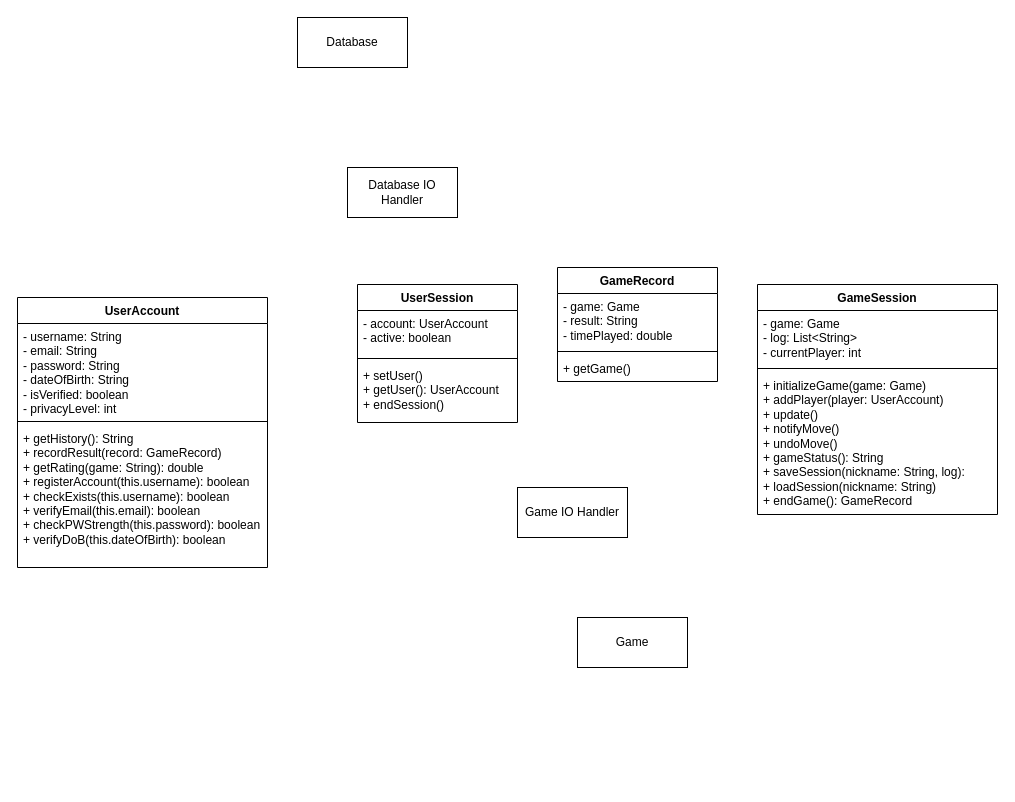
ankondeadlarx/gitlab keeps this draw.io diagram as design/networking.drawio. Above is the earlier version. Source tidied: cells renumbered, new cells numbered last; positions are measured from the earlier drawing's top-left corner, leaving out a move shared by most shapes. Both pictures are drawn from the tidied source at 100%, with x=0, y=0 at pixel (17, 17).
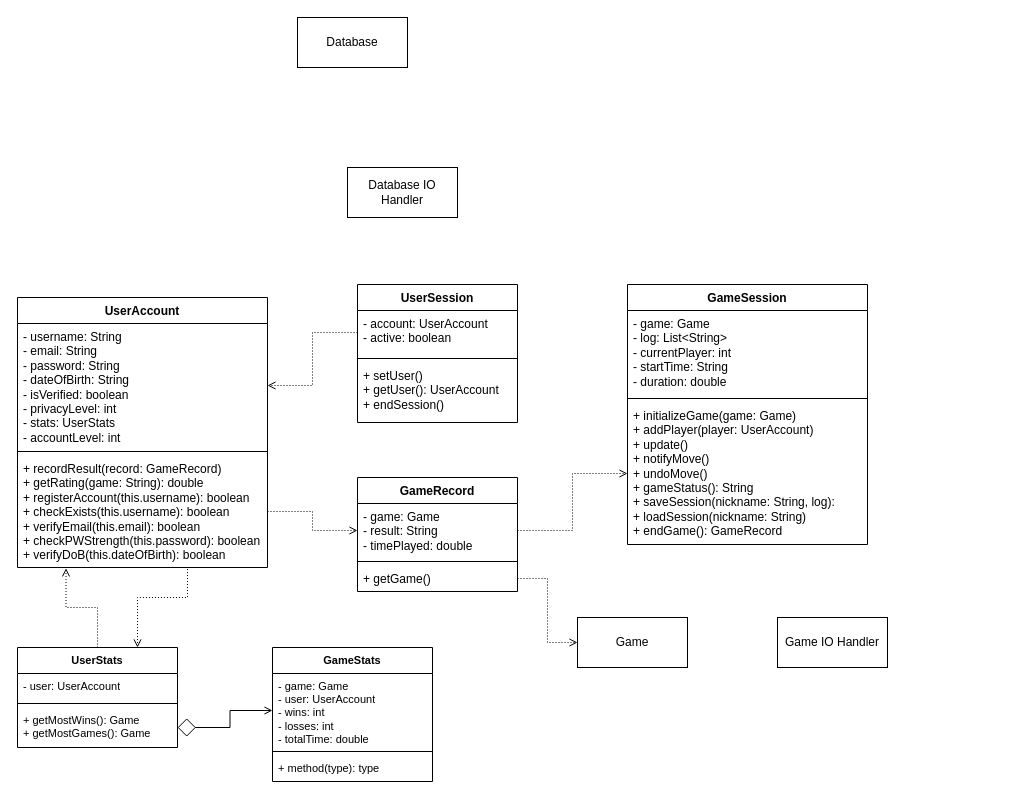
The same diagram, later.

Commit message:
New classes linking user accounts to game stats in networking.drawio

Unchanged cells that the change refers to:
```xml
<mxCell id="2" value="UserAccount" style="swimlane;fontStyle=1;align=center;verticalAlign=top;horizontal=1;startSize=26;whiteSpace=wrap;html=1;" parent="1" vertex="1">
  <mxGeometry y="280" width="250" height="270" as="geometry" />
</mxCell>
<mxCell id="7" value="Game" style="html=1;whiteSpace=wrap;" parent="1" vertex="1">
  <mxGeometry x="560" y="600" width="110" height="50" as="geometry" />
</mxCell>
<mxCell id="9" value="- account: UserAccount&lt;div&gt;&lt;div&gt;- active: boolean&lt;/div&gt;&lt;/div&gt;" style="text;strokeColor=none;fillColor=none;align=left;verticalAlign=top;spacingLeft=4;spacingRight=4;overflow=hidden;points=[[0,0.5],[1,0.5]];portConstraint=eastwest;whiteSpace=wrap;html=1;" parent="8" vertex="1">
  <mxGeometry y="26" width="160" height="44" as="geometry" />
</mxCell>
<mxCell id="13" value="- game: Game&lt;div&gt;- result: String&lt;/div&gt;&lt;div&gt;- timePlayed: double&lt;/div&gt;" style="text;strokeColor=none;fillColor=none;align=left;verticalAlign=top;spacingLeft=4;spacingRight=4;overflow=hidden;points=[[0,0.5],[1,0.5]];portConstraint=eastwest;whiteSpace=wrap;html=1;" parent="12" vertex="1">
  <mxGeometry y="26" width="160" height="54" as="geometry" />
</mxCell>
<mxCell id="15" value="+ getGame()" style="text;strokeColor=none;fillColor=none;align=left;verticalAlign=top;spacingLeft=4;spacingRight=4;overflow=hidden;points=[[0,0.5],[1,0.5]];portConstraint=eastwest;whiteSpace=wrap;html=1;" parent="12" vertex="1">
  <mxGeometry y="88" width="160" height="26" as="geometry" />
</mxCell>
```

Diff of the diagram source:
```diff
@@
-    <mxCell id="3" value="- username: String&lt;div&gt;- email: String&lt;br&gt;&lt;div&gt;- password: String&lt;/div&gt;&lt;div&gt;- dateOfBirth: String&lt;/div&gt;&lt;/div&gt;&lt;div&gt;- isVerified: boolean&lt;/div&gt;&lt;div&gt;- privacyLevel: int&lt;/div&gt;" style="text;strokeColor=none;fillColor=none;align=left;verticalAlign=top;spacingLeft=4;spacingRight=4;overflow=hidden;points=[[0,0.5],[1,0.5]];portConstraint=eastwest;whiteSpace=wrap;html=1;" parent="2" vertex="1">
-      <mxGeometry y="26" width="250" height="94" as="geometry" />
+    <mxCell id="3" value="- username: String&lt;div&gt;- email: String&lt;br&gt;&lt;div&gt;- password: String&lt;/div&gt;&lt;div&gt;- dateOfBirth: String&lt;/div&gt;&lt;/div&gt;&lt;div&gt;- isVerified: boolean&lt;/div&gt;&lt;div&gt;- privacyLevel: int&lt;/div&gt;&lt;div&gt;- stats: UserStats&lt;/div&gt;&lt;div&gt;- accountLevel: int&lt;/div&gt;" style="text;strokeColor=none;fillColor=none;align=left;verticalAlign=top;spacingLeft=4;spacingRight=4;overflow=hidden;points=[[0,0.5],[1,0.5]];portConstraint=eastwest;whiteSpace=wrap;html=1;" parent="2" vertex="1">
+      <mxGeometry y="26" width="250" height="124" as="geometry" />
     </mxCell>
     <mxCell id="4" style="line;strokeWidth=1;fillColor=none;align=left;verticalAlign=middle;spacingTop=-1;spacingLeft=3;spacingRight=3;labelPosition=right;strokeColor=inherit;" parent="2" vertex="1">
-      <mxGeometry y="120" width="250" height="8" as="geometry" />
+      <mxGeometry y="150" width="250" height="8" as="geometry" />
     </mxCell>
-    <mxCell id="5" value="+ getHistory(): String&lt;div&gt;+ recordResult(record: GameRecord)&lt;/div&gt;&lt;div&gt;+ getRating(game: String): double&lt;/div&gt;&lt;div&gt;+ registerAccount(this.username): boolean&lt;/div&gt;&lt;div&gt;+ checkExists(this.username): boolean&lt;/div&gt;&lt;div&gt;+ verifyEmail(this.email): boolean&lt;/div&gt;&lt;div&gt;+ checkPWStrength(this.password): boolean&lt;/div&gt;&lt;div&gt;+ verifyDoB(this.dateOfBirth): boolean&lt;/div&gt;" style="text;strokeColor=none;fillColor=none;align=left;verticalAlign=top;spacingLeft=4;spacingRight=4;overflow=hidden;points=[[0,0.5],[1,0.5]];portConstraint=eastwest;whiteSpace=wrap;html=1;" parent="2" vertex="1">
-      <mxGeometry y="128" width="250" height="142" as="geometry" />
+    <mxCell id="5" value="&lt;div&gt;+ recordResult(record: GameRecord)&lt;/div&gt;&lt;div&gt;+ getRating(game: String): double&lt;/div&gt;&lt;div&gt;+ registerAccount(this.username): boolean&lt;/div&gt;&lt;div&gt;+ checkExists(this.username): boolean&lt;/div&gt;&lt;div&gt;+ verifyEmail(this.email): boolean&lt;/div&gt;&lt;div&gt;+ checkPWStrength(this.password): boolean&lt;/div&gt;&lt;div&gt;+ verifyDoB(this.dateOfBirth): boolean&lt;/div&gt;" style="text;strokeColor=none;fillColor=none;align=left;verticalAlign=top;spacingLeft=4;spacingRight=4;overflow=hidden;points=[[0,0.5],[1,0.5]];portConstraint=eastwest;whiteSpace=wrap;html=1;" parent="2" vertex="1">
+      <mxGeometry y="158" width="250" height="112" as="geometry" />
     </mxCell>
@@
     <mxCell id="12" value="GameRecord" style="swimlane;fontStyle=1;align=center;verticalAlign=top;horizontal=1;startSize=26;whiteSpace=wrap;html=1;" parent="1" vertex="1">
-      <mxGeometry x="540" y="250" width="160" height="114" as="geometry" />
+      <mxGeometry x="340" y="460" width="160" height="114" as="geometry" />
     </mxCell>
@@
     <mxCell id="17" value="Game IO Handler" style="html=1;whiteSpace=wrap;" parent="1" vertex="1">
-      <mxGeometry x="500" y="470" width="110" height="50" as="geometry" />
+      <mxGeometry x="760" y="600" width="110" height="50" as="geometry" />
     </mxCell>
     <mxCell id="18" value="GameSession" style="swimlane;fontStyle=1;align=center;verticalAlign=top;horizontal=1;startSize=26;whiteSpace=wrap;html=1;" parent="1" vertex="1">
-      <mxGeometry x="740" y="267" width="240" height="230" as="geometry" />
+      <mxGeometry x="610" y="267" width="240" height="260" as="geometry" />
     </mxCell>
-    <mxCell id="19" value="- game: Game&lt;div&gt;- log: List&amp;lt;String&amp;gt;&lt;/div&gt;&lt;div&gt;- currentPlayer: int&lt;/div&gt;" style="text;strokeColor=none;fillColor=none;align=left;verticalAlign=top;spacingLeft=4;spacingRight=4;overflow=hidden;whiteSpace=wrap;html=1;" parent="18" vertex="1">
-      <mxGeometry y="26" width="240" height="54" as="geometry" />
+    <mxCell id="19" value="- game: Game&lt;div&gt;- log: List&amp;lt;String&amp;gt;&lt;/div&gt;&lt;div&gt;- currentPlayer: int&lt;/div&gt;&lt;div&gt;- startTime: String&lt;/div&gt;&lt;div&gt;- duration: double&lt;/div&gt;" style="text;strokeColor=none;fillColor=none;align=left;verticalAlign=top;spacingLeft=4;spacingRight=4;overflow=hidden;whiteSpace=wrap;html=1;" parent="18" vertex="1">
+      <mxGeometry y="26" width="240" height="84" as="geometry" />
     </mxCell>
     <mxCell id="20" style="line;strokeWidth=1;fillColor=none;align=left;verticalAlign=middle;spacingTop=-1;spacingLeft=3;spacingRight=3;labelPosition=right;strokeColor=inherit;" parent="18" vertex="1">
-      <mxGeometry y="80" width="240" height="8" as="geometry" />
+      <mxGeometry y="110" width="240" height="8" as="geometry" />
     </mxCell>
     <mxCell id="21" value="&lt;div&gt;+ initializeGame(game: Game)&lt;/div&gt;&lt;div&gt;+ addPlayer(player: UserAccount)&lt;/div&gt;+ update()&lt;div&gt;+ notifyMove()&lt;/div&gt;&lt;div&gt;+ undoMove()&lt;/div&gt;&lt;div&gt;+ gameStatus(): String&lt;/div&gt;&lt;div&gt;+ saveSession(nickname: String, log):&amp;nbsp;&lt;/div&gt;&lt;div&gt;+ loadSession(nickname: String)&lt;/div&gt;&lt;div&gt;+ endGame(): GameRecord&lt;/div&gt;" style="text;strokeColor=none;fillColor=none;align=left;verticalAlign=top;spacingLeft=4;spacingRight=4;overflow=hidden;points=[[0,0.5],[1,0.5]];portConstraint=eastwest;whiteSpace=wrap;html=1;" parent="18" vertex="1">
-      <mxGeometry y="88" width="240" height="142" as="geometry" />
+      <mxGeometry y="118" width="240" height="142" as="geometry" />
     </mxCell>
+    <mxCell id="22" style="edgeStyle=orthogonalEdgeStyle;rounded=0;jettySize=auto;html=1;entryX=1;entryY=0.5;entryDx=0;entryDy=0;dashed=1;dashPattern=1 2;endArrow=open;endFill=0;" parent="1" edge="1" source="9" target="3">
+      <mxGeometry relative="1" as="geometry" />
+    </mxCell>
+    <mxCell id="23" style="edgeStyle=orthogonalEdgeStyle;rounded=0;jettySize=auto;html=1;entryX=0;entryY=0.5;entryDx=0;entryDy=0;dashed=1;dashPattern=1 2;strokeColor=default;align=center;verticalAlign=middle;fontFamily=Helvetica;fontSize=11;fontColor=default;labelBackgroundColor=default;endArrow=open;endFill=0;" parent="1" edge="1" source="13" target="21">
+      <mxGeometry relative="1" as="geometry" />
+    </mxCell>
+    <mxCell id="24" style="edgeStyle=orthogonalEdgeStyle;shape=connector;rounded=0;jettySize=auto;html=1;entryX=0;entryY=0.5;entryDx=0;entryDy=0;dashed=1;dashPattern=1 2;strokeColor=default;align=center;verticalAlign=middle;fontFamily=Helvetica;fontSize=11;fontColor=default;labelBackgroundColor=default;endArrow=open;endFill=0;" parent="1" edge="1" source="5" target="13">
+      <mxGeometry relative="1" as="geometry" />
+    </mxCell>
+    <mxCell id="25" style="edgeStyle=orthogonalEdgeStyle;shape=connector;rounded=0;jettySize=auto;html=1;entryX=0;entryY=0.5;entryDx=0;entryDy=0;dashed=1;dashPattern=1 2;strokeColor=default;align=center;verticalAlign=middle;fontFamily=Helvetica;fontSize=11;fontColor=default;labelBackgroundColor=default;endArrow=open;endFill=0;exitX=1;exitY=0.5;exitDx=0;exitDy=0;" parent="1" edge="1" source="15" target="7">
+      <mxGeometry relative="1" as="geometry" />
+    </mxCell>
+    <mxCell id="26" value="UserStats" style="swimlane;fontStyle=1;align=center;verticalAlign=top;horizontal=1;startSize=26;whiteSpace=wrap;html=1;fontFamily=Helvetica;fontSize=11;fontColor=default;labelBackgroundColor=default;" parent="1" vertex="1">
+      <mxGeometry y="630" width="160" height="100" as="geometry" />
+    </mxCell>
+    <mxCell id="27" value="- user: UserAccount" style="text;strokeColor=none;fillColor=none;align=left;verticalAlign=top;spacingLeft=4;spacingRight=4;overflow=hidden;whiteSpace=wrap;html=1;fontFamily=Helvetica;fontSize=11;fontColor=default;labelBackgroundColor=default;" parent="26" vertex="1">
+      <mxGeometry y="26" width="160" height="26" as="geometry" />
+    </mxCell>
+    <mxCell id="28" style="line;strokeWidth=1;fillColor=none;align=left;verticalAlign=middle;spacingTop=-1;spacingLeft=3;spacingRight=3;labelPosition=right;strokeColor=inherit;fontFamily=Helvetica;fontSize=11;fontColor=default;labelBackgroundColor=default;" parent="26" vertex="1">
+      <mxGeometry y="52" width="160" height="8" as="geometry" />
+    </mxCell>
+    <mxCell id="29" value="+ getMostWins(): Game&lt;div&gt;+ getMostGames(): Game&lt;/div&gt;" style="text;strokeColor=none;fillColor=none;align=left;verticalAlign=top;spacingLeft=4;spacingRight=4;overflow=hidden;points=[[0,0.5],[1,0.5]];portConstraint=eastwest;whiteSpace=wrap;html=1;fontFamily=Helvetica;fontSize=11;fontColor=default;labelBackgroundColor=default;" parent="26" vertex="1">
+      <mxGeometry y="60" width="160" height="40" as="geometry" />
+    </mxCell>
+    <mxCell id="30" style="edgeStyle=orthogonalEdgeStyle;shape=connector;rounded=0;jettySize=auto;html=1;entryX=0.194;entryY=1.007;entryDx=0;entryDy=0;entryPerimeter=0;dashed=1;dashPattern=1 2;strokeColor=default;align=center;verticalAlign=middle;fontFamily=Helvetica;fontSize=11;fontColor=default;labelBackgroundColor=default;endArrow=open;endFill=0;" parent="1" edge="1" source="26" target="5">
+      <mxGeometry relative="1" as="geometry" />
+    </mxCell>
+    <mxCell id="31" style="edgeStyle=orthogonalEdgeStyle;shape=connector;rounded=0;jettySize=auto;html=1;entryX=0.75;entryY=0;entryDx=0;entryDy=0;dashed=1;dashPattern=1 2;strokeColor=default;align=center;verticalAlign=middle;fontFamily=Helvetica;fontSize=11;fontColor=default;labelBackgroundColor=default;endArrow=open;endFill=0;exitX=0.68;exitY=1.014;exitDx=0;exitDy=0;exitPerimeter=0;" parent="1" edge="1" source="5" target="26">
+      <mxGeometry relative="1" as="geometry">
+        <Array as="points">
+          <mxPoint x="170" y="580" />
+          <mxPoint x="120" y="580" />
+        </Array>
+      </mxGeometry>
+    </mxCell>
+    <mxCell id="32" value="GameStats" style="swimlane;fontStyle=1;align=center;verticalAlign=top;horizontal=1;startSize=26;whiteSpace=wrap;html=1;fontFamily=Helvetica;fontSize=11;fontColor=default;labelBackgroundColor=default;" parent="1" vertex="1">
+      <mxGeometry x="255" y="630" width="160" height="134" as="geometry" />
+    </mxCell>
+    <mxCell id="33" value="- game: Game&lt;div&gt;- user: UserAccount&lt;/div&gt;&lt;div&gt;- wins: int&lt;/div&gt;&lt;div&gt;- losses: int&lt;/div&gt;&lt;div&gt;- totalTime: double&lt;/div&gt;" style="text;strokeColor=none;fillColor=none;align=left;verticalAlign=top;spacingLeft=4;spacingRight=4;overflow=hidden;points=[[0,0.5],[1,0.5]];portConstraint=eastwest;whiteSpace=wrap;html=1;fontFamily=Helvetica;fontSize=11;fontColor=default;labelBackgroundColor=default;" parent="32" vertex="1">
+      <mxGeometry y="26" width="160" height="74" as="geometry" />
+    </mxCell>
+    <mxCell id="34" style="line;strokeWidth=1;fillColor=none;align=left;verticalAlign=middle;spacingTop=-1;spacingLeft=3;spacingRight=3;labelPosition=right;strokeColor=inherit;fontFamily=Helvetica;fontSize=11;fontColor=default;labelBackgroundColor=default;" parent="32" vertex="1">
+      <mxGeometry y="100" width="160" height="8" as="geometry" />
+    </mxCell>
+    <mxCell id="35" value="+ method(type): type" style="text;strokeColor=none;fillColor=none;align=left;verticalAlign=top;spacingLeft=4;spacingRight=4;overflow=hidden;whiteSpace=wrap;html=1;fontFamily=Helvetica;fontSize=11;fontColor=default;labelBackgroundColor=default;" parent="32" vertex="1">
+      <mxGeometry y="108" width="160" height="26" as="geometry" />
+    </mxCell>
+    <mxCell id="36" style="edgeStyle=orthogonalEdgeStyle;shape=connector;rounded=0;jettySize=auto;html=1;entryX=0;entryY=0.5;entryDx=0;entryDy=0;strokeColor=default;align=center;verticalAlign=middle;fontFamily=Helvetica;fontSize=11;fontColor=default;labelBackgroundColor=default;endArrow=open;endFill=0;startArrow=diamond;startFill=0;startSize=16;" parent="1" edge="1" source="29" target="33">
+      <mxGeometry relative="1" as="geometry" />
+    </mxCell>
```
